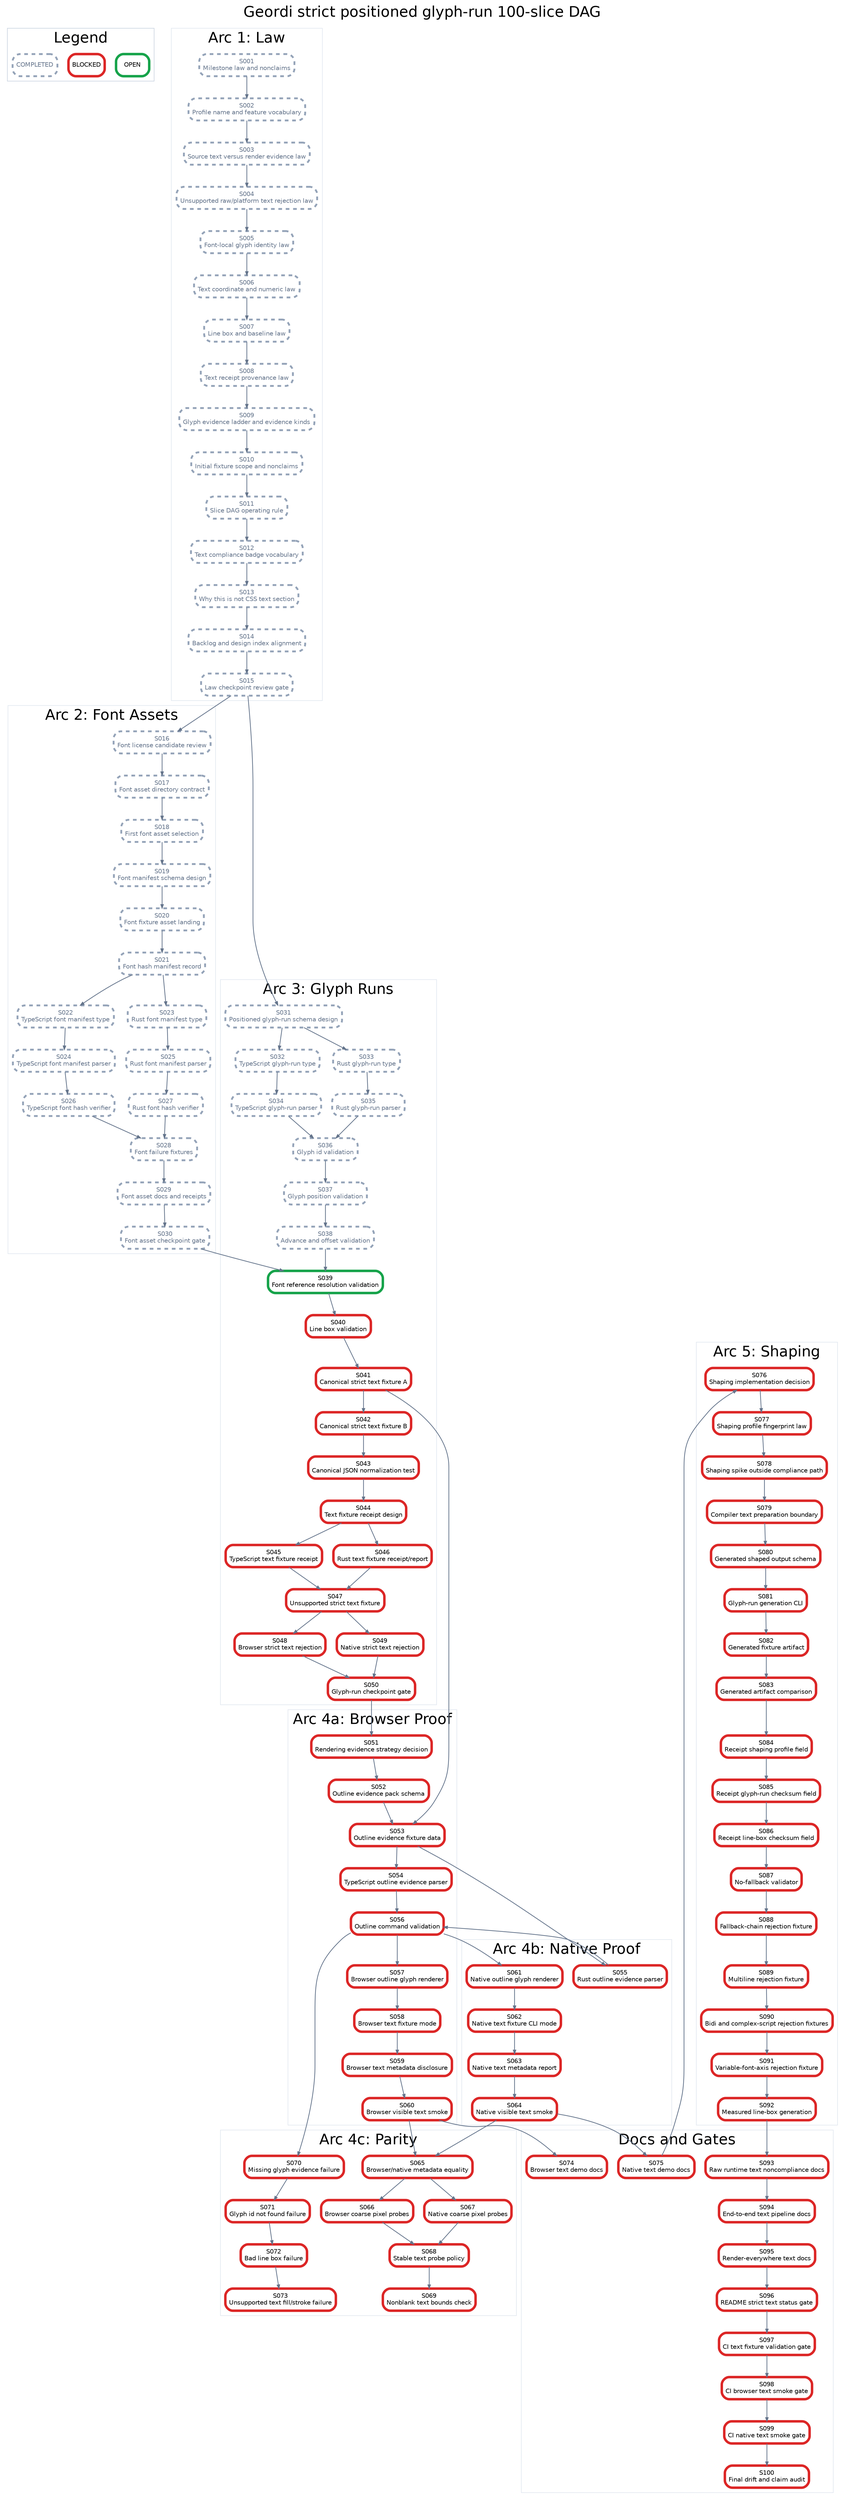
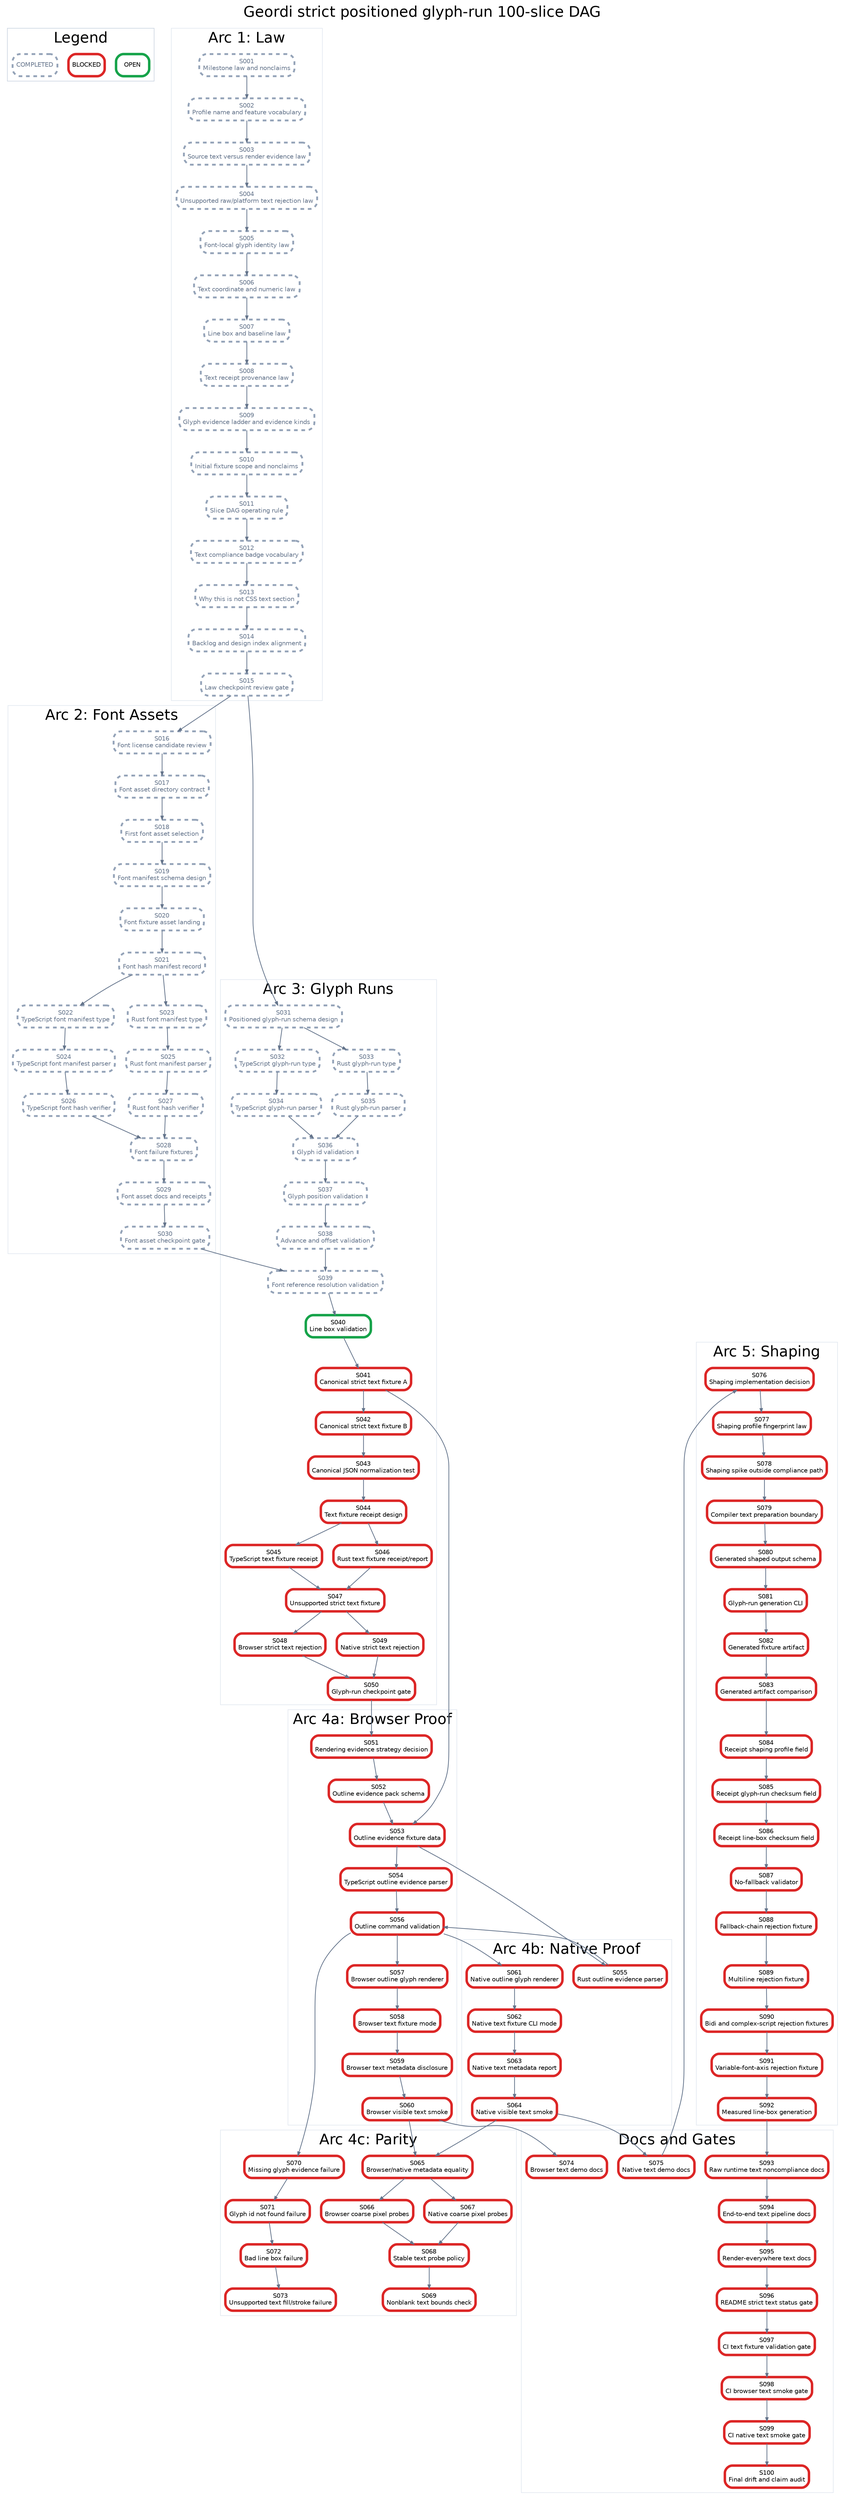
digraph StrictPositionedGlyphRunPlan {
  graph [rankdir=TB, bgcolor="white", fontname="Helvetica", label="Geordi strict positioned glyph-run 100-slice DAG", labelloc="t", fontsize=24];
  node [shape=box, style="rounded,filled", fillcolor="white", fontname="Helvetica", fontsize=10, margin="0.08,0.05"];
  edge [color="#64748b", arrowsize=0.6, penwidth=1.2];

  subgraph cluster_legend {
    label="Legend";
    color="#cbd5e1";
    legend_open [label="OPEN", color="#16a34a", penwidth=4];
    legend_blocked [label="BLOCKED", color="#dc2626", penwidth=4];
    legend_done [label="COMPLETED", color="#94a3b8", penwidth=3, style="rounded,filled,dashed", fontcolor="#64748b"];
  }

  subgraph cluster_law {
    label="Arc 1: Law";
    color="#e2e8f0";
    S001 [label="S001\nMilestone law and nonclaims", color="#94a3b8", penwidth=3, style="rounded,filled,dashed", fontcolor="#64748b"];
    S002 [label="S002\nProfile name and feature vocabulary", color="#94a3b8", penwidth=3, style="rounded,filled,dashed", fontcolor="#64748b"];
    S003 [label="S003\nSource text versus render evidence law", color="#94a3b8", penwidth=3, style="rounded,filled,dashed", fontcolor="#64748b"];
    S004 [label="S004\nUnsupported raw/platform text rejection law", color="#94a3b8", penwidth=3, style="rounded,filled,dashed", fontcolor="#64748b"];
    S005 [label="S005\nFont-local glyph identity law", color="#94a3b8", penwidth=3, style="rounded,filled,dashed", fontcolor="#64748b"];
    S006 [label="S006\nText coordinate and numeric law", color="#94a3b8", penwidth=3, style="rounded,filled,dashed", fontcolor="#64748b"];
    S007 [label="S007\nLine box and baseline law", color="#94a3b8", penwidth=3, style="rounded,filled,dashed", fontcolor="#64748b"];
    S008 [label="S008\nText receipt provenance law", color="#94a3b8", penwidth=3, style="rounded,filled,dashed", fontcolor="#64748b"];
    S009 [label="S009\nGlyph evidence ladder and evidence kinds", color="#94a3b8", penwidth=3, style="rounded,filled,dashed", fontcolor="#64748b"];
    S010 [label="S010\nInitial fixture scope and nonclaims", color="#94a3b8", penwidth=3, style="rounded,filled,dashed", fontcolor="#64748b"];
    S011 [label="S011\nSlice DAG operating rule", color="#94a3b8", penwidth=3, style="rounded,filled,dashed", fontcolor="#64748b"];
    S012 [label="S012\nText compliance badge vocabulary", color="#94a3b8", penwidth=3, style="rounded,filled,dashed", fontcolor="#64748b"];
    S013 [label="S013\nWhy this is not CSS text section", color="#94a3b8", penwidth=3, style="rounded,filled,dashed", fontcolor="#64748b"];
    S014 [label="S014\nBacklog and design index alignment", color="#94a3b8", penwidth=3, style="rounded,filled,dashed", fontcolor="#64748b"];
    S015 [label="S015\nLaw checkpoint review gate", color="#94a3b8", penwidth=3, style="rounded,filled,dashed", fontcolor="#64748b"];
  }

  subgraph cluster_assets {
    label="Arc 2: Font Assets";
    color="#e2e8f0";
    S016 [label="S016\nFont license candidate review", color="#94a3b8", penwidth=3, style="rounded,filled,dashed", fontcolor="#64748b"];
    S017 [label="S017\nFont asset directory contract", color="#94a3b8", penwidth=3, style="rounded,filled,dashed", fontcolor="#64748b"];
    S018 [label="S018\nFirst font asset selection", color="#94a3b8", penwidth=3, style="rounded,filled,dashed", fontcolor="#64748b"];
    S019 [label="S019\nFont manifest schema design", color="#94a3b8", penwidth=3, style="rounded,filled,dashed", fontcolor="#64748b"];
    S020 [label="S020\nFont fixture asset landing", color="#94a3b8", penwidth=3, style="rounded,filled,dashed", fontcolor="#64748b"];
    S021 [label="S021\nFont hash manifest record", color="#94a3b8", penwidth=3, style="rounded,filled,dashed", fontcolor="#64748b"];
    S022 [label="S022\nTypeScript font manifest type", color="#94a3b8", penwidth=3, style="rounded,filled,dashed", fontcolor="#64748b"];
    S023 [label="S023\nRust font manifest type", color="#94a3b8", penwidth=3, style="rounded,filled,dashed", fontcolor="#64748b"];
    S024 [label="S024\nTypeScript font manifest parser", color="#94a3b8", penwidth=3, style="rounded,filled,dashed", fontcolor="#64748b"];
    S025 [label="S025\nRust font manifest parser", color="#94a3b8", penwidth=3, style="rounded,filled,dashed", fontcolor="#64748b"];
    S026 [label="S026\nTypeScript font hash verifier", color="#94a3b8", penwidth=3, style="rounded,filled,dashed", fontcolor="#64748b"];
    S027 [label="S027\nRust font hash verifier", color="#94a3b8", penwidth=3, style="rounded,filled,dashed", fontcolor="#64748b"];
    S028 [label="S028\nFont failure fixtures", color="#94a3b8", penwidth=3, style="rounded,filled,dashed", fontcolor="#64748b"];
    S029 [label="S029\nFont asset docs and receipts", color="#94a3b8", penwidth=3, style="rounded,filled,dashed", fontcolor="#64748b"];
    S030 [label="S030\nFont asset checkpoint gate", color="#94a3b8", penwidth=3, style="rounded,filled,dashed", fontcolor="#64748b"];
  }

  subgraph cluster_glyph {
    label="Arc 3: Glyph Runs";
    color="#e2e8f0";
    S031 [label="S031\nPositioned glyph-run schema design", color="#94a3b8", penwidth=3, style="rounded,filled,dashed", fontcolor="#64748b"];
    S032 [label="S032\nTypeScript glyph-run type", color="#94a3b8", penwidth=3, style="rounded,filled,dashed", fontcolor="#64748b"];
    S033 [label="S033\nRust glyph-run type", color="#94a3b8", penwidth=3, style="rounded,filled,dashed", fontcolor="#64748b"];
    S034 [label="S034\nTypeScript glyph-run parser", color="#94a3b8", penwidth=3, style="rounded,filled,dashed", fontcolor="#64748b"];
    S035 [label="S035\nRust glyph-run parser", color="#94a3b8", penwidth=3, style="rounded,filled,dashed", fontcolor="#64748b"];
    S036 [label="S036\nGlyph id validation", color="#94a3b8", penwidth=3, style="rounded,filled,dashed", fontcolor="#64748b"];
    S037 [label="S037\nGlyph position validation", color="#94a3b8", penwidth=3, style="rounded,filled,dashed", fontcolor="#64748b"];
    S038 [label="S038\nAdvance and offset validation", color="#94a3b8", penwidth=3, style="rounded,filled,dashed", fontcolor="#64748b"];
-     S039 [label="S039\nFont reference resolution validation", color="#16a34a", penwidth=4];
-     S040 [label="S040\nLine box validation", color="#dc2626", penwidth=4];
+     S039 [label="S039\nFont reference resolution validation", color="#94a3b8", penwidth=3, style="rounded,filled,dashed", fontcolor="#64748b"];
+     S040 [label="S040\nLine box validation", color="#16a34a", penwidth=4];
    S041 [label="S041\nCanonical strict text fixture A", color="#dc2626", penwidth=4];
    S042 [label="S042\nCanonical strict text fixture B", color="#dc2626", penwidth=4];
    S043 [label="S043\nCanonical JSON normalization test", color="#dc2626", penwidth=4];
    S044 [label="S044\nText fixture receipt design", color="#dc2626", penwidth=4];
    S045 [label="S045\nTypeScript text fixture receipt", color="#dc2626", penwidth=4];
    S046 [label="S046\nRust text fixture receipt/report", color="#dc2626", penwidth=4];
    S047 [label="S047\nUnsupported strict text fixture", color="#dc2626", penwidth=4];
    S048 [label="S048\nBrowser strict text rejection", color="#dc2626", penwidth=4];
    S049 [label="S049\nNative strict text rejection", color="#dc2626", penwidth=4];
    S050 [label="S050\nGlyph-run checkpoint gate", color="#dc2626", penwidth=4];
  }

  subgraph cluster_browser {
    label="Arc 4a: Browser Proof";
    color="#e2e8f0";
    S051 [label="S051\nRendering evidence strategy decision", color="#dc2626", penwidth=4];
    S052 [label="S052\nOutline evidence pack schema", color="#dc2626", penwidth=4];
    S053 [label="S053\nOutline evidence fixture data", color="#dc2626", penwidth=4];
    S054 [label="S054\nTypeScript outline evidence parser", color="#dc2626", penwidth=4];
    S056 [label="S056\nOutline command validation", color="#dc2626", penwidth=4];
    S057 [label="S057\nBrowser outline glyph renderer", color="#dc2626", penwidth=4];
    S058 [label="S058\nBrowser text fixture mode", color="#dc2626", penwidth=4];
    S059 [label="S059\nBrowser text metadata disclosure", color="#dc2626", penwidth=4];
    S060 [label="S060\nBrowser visible text smoke", color="#dc2626", penwidth=4];
  }

  subgraph cluster_native {
    label="Arc 4b: Native Proof";
    color="#e2e8f0";
    S055 [label="S055\nRust outline evidence parser", color="#dc2626", penwidth=4];
    S061 [label="S061\nNative outline glyph renderer", color="#dc2626", penwidth=4];
    S062 [label="S062\nNative text fixture CLI mode", color="#dc2626", penwidth=4];
    S063 [label="S063\nNative text metadata report", color="#dc2626", penwidth=4];
    S064 [label="S064\nNative visible text smoke", color="#dc2626", penwidth=4];
  }

  subgraph cluster_parity {
    label="Arc 4c: Parity";
    color="#e2e8f0";
    S065 [label="S065\nBrowser/native metadata equality", color="#dc2626", penwidth=4];
    S066 [label="S066\nBrowser coarse pixel probes", color="#dc2626", penwidth=4];
    S067 [label="S067\nNative coarse pixel probes", color="#dc2626", penwidth=4];
    S068 [label="S068\nStable text probe policy", color="#dc2626", penwidth=4];
    S069 [label="S069\nNonblank text bounds check", color="#dc2626", penwidth=4];
    S070 [label="S070\nMissing glyph evidence failure", color="#dc2626", penwidth=4];
    S071 [label="S071\nGlyph id not found failure", color="#dc2626", penwidth=4];
    S072 [label="S072\nBad line box failure", color="#dc2626", penwidth=4];
    S073 [label="S073\nUnsupported text fill/stroke failure", color="#dc2626", penwidth=4];
  }

  subgraph cluster_shaping {
    label="Arc 5: Shaping";
    color="#e2e8f0";
    S076 [label="S076\nShaping implementation decision", color="#dc2626", penwidth=4];
    S077 [label="S077\nShaping profile fingerprint law", color="#dc2626", penwidth=4];
    S078 [label="S078\nShaping spike outside compliance path", color="#dc2626", penwidth=4];
    S079 [label="S079\nCompiler text preparation boundary", color="#dc2626", penwidth=4];
    S080 [label="S080\nGenerated shaped output schema", color="#dc2626", penwidth=4];
    S081 [label="S081\nGlyph-run generation CLI", color="#dc2626", penwidth=4];
    S082 [label="S082\nGenerated fixture artifact", color="#dc2626", penwidth=4];
    S083 [label="S083\nGenerated artifact comparison", color="#dc2626", penwidth=4];
    S084 [label="S084\nReceipt shaping profile field", color="#dc2626", penwidth=4];
    S085 [label="S085\nReceipt glyph-run checksum field", color="#dc2626", penwidth=4];
    S086 [label="S086\nReceipt line-box checksum field", color="#dc2626", penwidth=4];
    S087 [label="S087\nNo-fallback validator", color="#dc2626", penwidth=4];
    S088 [label="S088\nFallback-chain rejection fixture", color="#dc2626", penwidth=4];
    S089 [label="S089\nMultiline rejection fixture", color="#dc2626", penwidth=4];
    S090 [label="S090\nBidi and complex-script rejection fixtures", color="#dc2626", penwidth=4];
    S091 [label="S091\nVariable-font-axis rejection fixture", color="#dc2626", penwidth=4];
    S092 [label="S092\nMeasured line-box generation", color="#dc2626", penwidth=4];
  }

  subgraph cluster_docs {
    label="Docs and Gates";
    color="#e2e8f0";
    S074 [label="S074\nBrowser text demo docs", color="#dc2626", penwidth=4];
    S075 [label="S075\nNative text demo docs", color="#dc2626", penwidth=4];
    S093 [label="S093\nRaw runtime text noncompliance docs", color="#dc2626", penwidth=4];
    S094 [label="S094\nEnd-to-end text pipeline docs", color="#dc2626", penwidth=4];
    S095 [label="S095\nRender-everywhere text docs", color="#dc2626", penwidth=4];
    S096 [label="S096\nREADME strict text status gate", color="#dc2626", penwidth=4];
    S097 [label="S097\nCI text fixture validation gate", color="#dc2626", penwidth=4];
    S098 [label="S098\nCI browser text smoke gate", color="#dc2626", penwidth=4];
    S099 [label="S099\nCI native text smoke gate", color="#dc2626", penwidth=4];
    S100 [label="S100\nFinal drift and claim audit", color="#dc2626", penwidth=4];
  }

  S001 -> S002;
  S002 -> S003;
  S003 -> S004;
  S004 -> S005;
  S005 -> S006;
  S006 -> S007;
  S007 -> S008;
  S008 -> S009;
  S009 -> S010;
  S010 -> S011;
  S011 -> S012;
  S012 -> S013;
  S013 -> S014;
  S014 -> S015;
  S015 -> S016;
  S016 -> S017;
  S017 -> S018;
  S018 -> S019;
  S019 -> S020;
  S020 -> S021;
  S021 -> S022;
  S021 -> S023;
  S022 -> S024;
  S023 -> S025;
  S024 -> S026;
  S025 -> S027;
  S026 -> S028;
  S027 -> S028;
  S028 -> S029;
  S029 -> S030;
  S015 -> S031;
  S031 -> S032;
  S031 -> S033;
  S032 -> S034;
  S033 -> S035;
  S034 -> S036;
  S035 -> S036;
  S036 -> S037;
  S037 -> S038;
  S038 -> S039;
  S039 -> S040;
  S030 -> S039;
  S040 -> S041;
  S041 -> S042;
  S042 -> S043;
  S043 -> S044;
  S044 -> S045;
  S044 -> S046;
  S045 -> S047;
  S046 -> S047;
  S047 -> S048;
  S047 -> S049;
  S048 -> S050;
  S049 -> S050;
  S050 -> S051;
  S051 -> S052;
  S052 -> S053;
  S041 -> S053;
  S053 -> S054;
  S053 -> S055;
  S054 -> S056;
  S055 -> S056;
  S056 -> S057;
  S057 -> S058;
  S058 -> S059;
  S059 -> S060;
  S056 -> S061;
  S061 -> S062;
  S062 -> S063;
  S063 -> S064;
  S060 -> S065;
  S064 -> S065;
  S065 -> S066;
  S065 -> S067;
  S066 -> S068;
  S067 -> S068;
  S068 -> S069;
  S056 -> S070;
  S070 -> S071;
  S071 -> S072;
  S072 -> S073;
  S060 -> S074;
  S064 -> S075;
  S075 -> S076;
  S076 -> S077;
  S077 -> S078;
  S078 -> S079;
  S079 -> S080;
  S080 -> S081;
  S081 -> S082;
  S082 -> S083;
  S083 -> S084;
  S084 -> S085;
  S085 -> S086;
  S086 -> S087;
  S087 -> S088;
  S088 -> S089;
  S089 -> S090;
  S090 -> S091;
  S091 -> S092;
  S092 -> S093;
  S093 -> S094;
  S094 -> S095;
  S095 -> S096;
  S096 -> S097;
  S097 -> S098;
  S098 -> S099;
  S099 -> S100;
}
